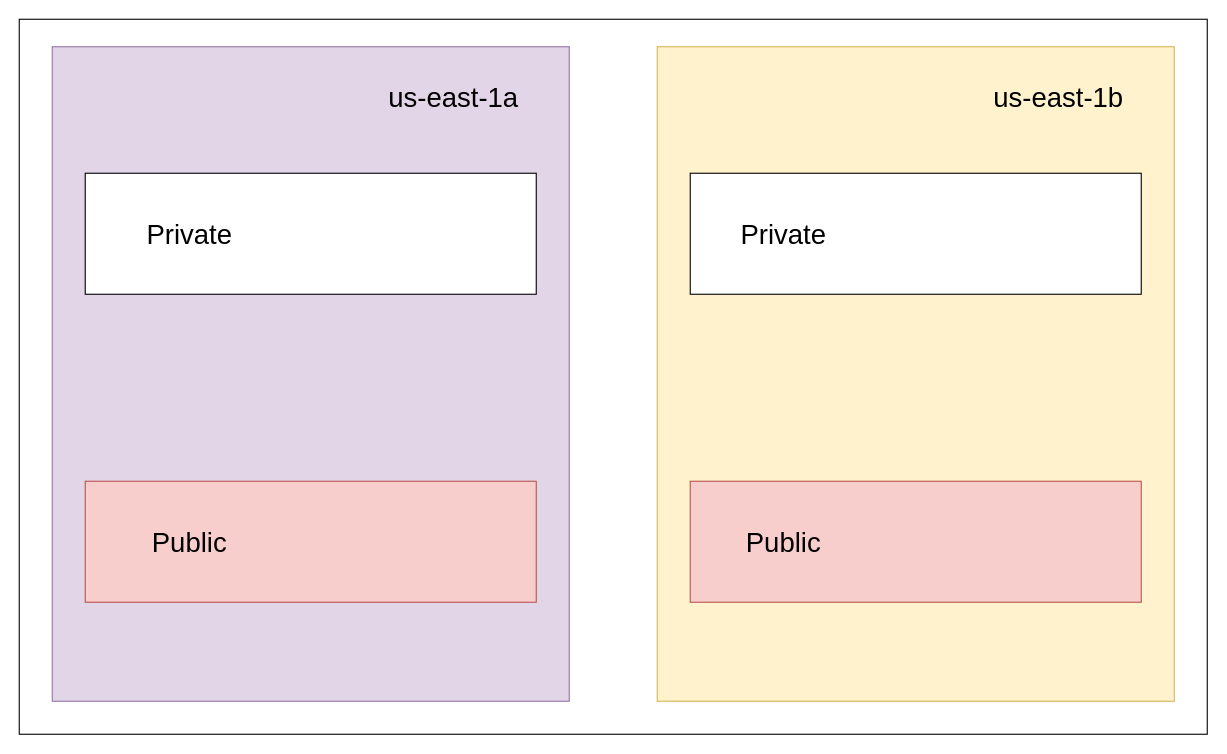
This is arquitetura-projeto.drawio from szottt/aws-terraform, a draw.io file, before an edit. Source tidied: cells renumbered, new cells numbered last; positions are measured from the earlier drawing's top-left corner, leaving out a move shared by most shapes. Both pictures are drawn from the tidied source at 110%, with x=0, y=0 at pixel (19, 19).
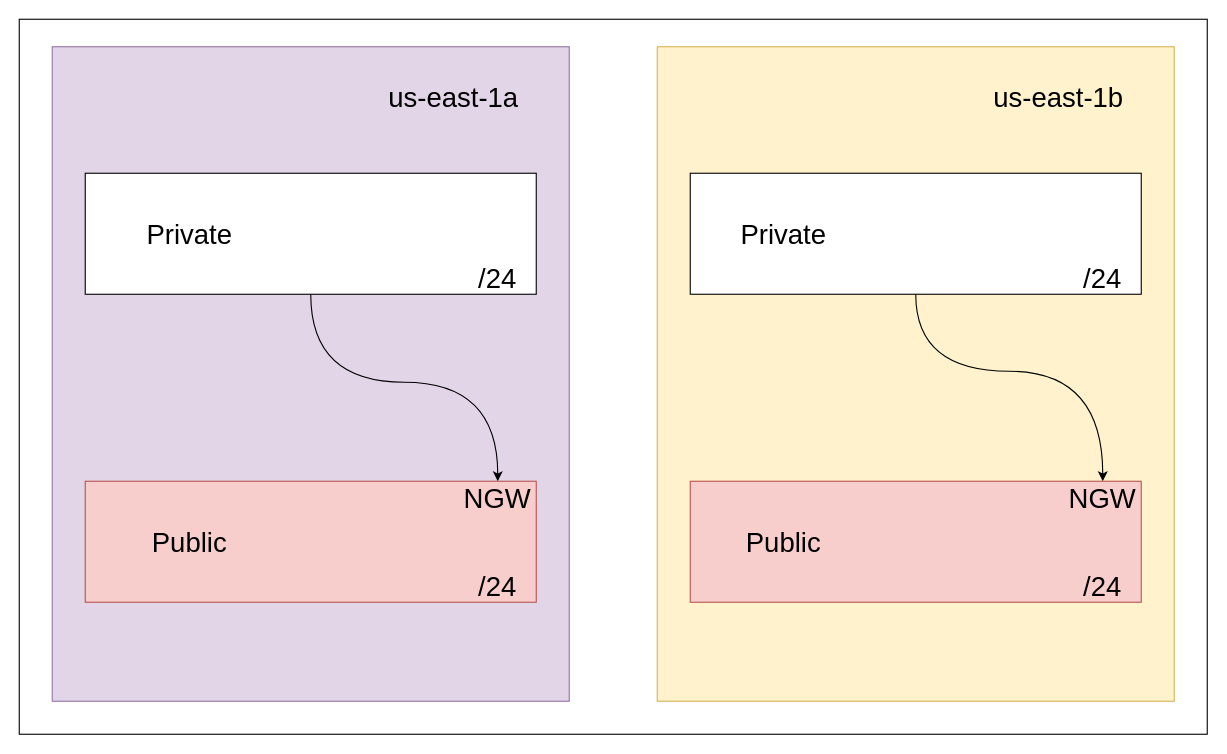
After the change.

Unchanged cells that the change refers to:
```xml
<mxCell id="5" style="rounded=0;whiteSpace=wrap;html=1;" parent="1" vertex="1">
  <mxGeometry x="60" y="140" width="410" height="110" as="geometry" />
</mxCell>
<mxCell id="7" style="rounded=0;whiteSpace=wrap;html=1;" parent="1" vertex="1">
  <mxGeometry x="610" y="140" width="410" height="110" as="geometry" />
</mxCell>
```

What changed in the source:
```diff
@@
+    <mxCell id="9" value="&lt;font style=&quot;font-size: 25px;&quot;&gt;us-east-1a&lt;/font&gt;" style="text;html=1;align=center;verticalAlign=middle;whiteSpace=wrap;rounded=0;" parent="1" vertex="1">
+      <mxGeometry x="320" y="40" width="150" height="60" as="geometry" />
+    </mxCell>
+    <mxCell id="10" value="&lt;font style=&quot;font-size: 25px;&quot;&gt;us-east-1b&lt;/font&gt;" style="text;html=1;align=center;verticalAlign=middle;whiteSpace=wrap;rounded=0;" parent="1" vertex="1">
+      <mxGeometry x="870" y="40" width="150" height="60" as="geometry" />
+    </mxCell>
+    <mxCell id="15" style="edgeStyle=orthogonalEdgeStyle;rounded=0;jettySize=auto;html=1;entryX=0.5;entryY=0;entryDx=0;entryDy=0;strokeColor=default;align=center;verticalAlign=middle;fontFamily=Helvetica;fontSize=11;fontColor=default;labelBackgroundColor=default;endArrow=classic;curved=1;" parent="1" edge="1" source="5" target="21">
+      <mxGeometry relative="1" as="geometry">
+        <Array as="points">
+          <mxPoint x="265" y="330" />
+          <mxPoint x="435" y="330" />
+        </Array>
+      </mxGeometry>
+    </mxCell>
@@
+    <mxCell id="16" style="edgeStyle=orthogonalEdgeStyle;rounded=0;jettySize=auto;html=1;entryX=0.5;entryY=0;entryDx=0;entryDy=0;curved=1;" parent="1" edge="1" source="7" target="22">
+      <mxGeometry relative="1" as="geometry">
+        <Array as="points">
+          <mxPoint x="815" y="320" />
+          <mxPoint x="985" y="320" />
+        </Array>
+      </mxGeometry>
+    </mxCell>
@@
-    <mxCell id="9" value="&lt;font style=&quot;font-size: 25px;&quot;&gt;us-east-1a&lt;/font&gt;" style="text;html=1;align=center;verticalAlign=middle;whiteSpace=wrap;rounded=0;" parent="1" vertex="1">
-      <mxGeometry x="320" y="40" width="150" height="60" as="geometry" />
-    </mxCell>
-    <mxCell id="10" value="&lt;font style=&quot;font-size: 25px;&quot;&gt;us-east-1b&lt;/font&gt;" style="text;html=1;align=center;verticalAlign=middle;whiteSpace=wrap;rounded=0;" parent="1" vertex="1">
-      <mxGeometry x="870" y="40" width="150" height="60" as="geometry" />
-    </mxCell>
@@
+    <mxCell id="17" value="&lt;font style=&quot;font-size: 25px;&quot;&gt;/24&lt;/font&gt;" style="text;html=1;align=center;verticalAlign=middle;whiteSpace=wrap;rounded=0;" parent="1" vertex="1">
+      <mxGeometry x="400" y="220" width="70" height="30" as="geometry" />
+    </mxCell>
+    <mxCell id="18" value="&lt;font style=&quot;font-size: 25px;&quot;&gt;/24&lt;/font&gt;" style="text;html=1;align=center;verticalAlign=middle;whiteSpace=wrap;rounded=0;" parent="1" vertex="1">
+      <mxGeometry x="400" y="500" width="70" height="30" as="geometry" />
+    </mxCell>
+    <mxCell id="19" value="&lt;font style=&quot;font-size: 25px;&quot;&gt;/24&lt;/font&gt;" style="text;html=1;align=center;verticalAlign=middle;whiteSpace=wrap;rounded=0;" parent="1" vertex="1">
+      <mxGeometry x="950" y="500" width="70" height="30" as="geometry" />
+    </mxCell>
+    <mxCell id="20" value="&lt;font style=&quot;font-size: 25px;&quot;&gt;/24&lt;/font&gt;" style="text;html=1;align=center;verticalAlign=middle;whiteSpace=wrap;rounded=0;" parent="1" vertex="1">
+      <mxGeometry x="950" y="220" width="70" height="30" as="geometry" />
+    </mxCell>
+    <mxCell id="21" value="&lt;span style=&quot;font-size: 25px;&quot;&gt;NGW&lt;/span&gt;" style="text;html=1;align=center;verticalAlign=middle;whiteSpace=wrap;rounded=0;" parent="1" vertex="1">
+      <mxGeometry x="400" y="420" width="70" height="30" as="geometry" />
+    </mxCell>
+    <mxCell id="22" value="&lt;span style=&quot;font-size: 25px;&quot;&gt;NGW&lt;/span&gt;" style="text;html=1;align=center;verticalAlign=middle;whiteSpace=wrap;rounded=0;" parent="1" vertex="1">
+      <mxGeometry x="950" y="420" width="70" height="30" as="geometry" />
+    </mxCell>
```
